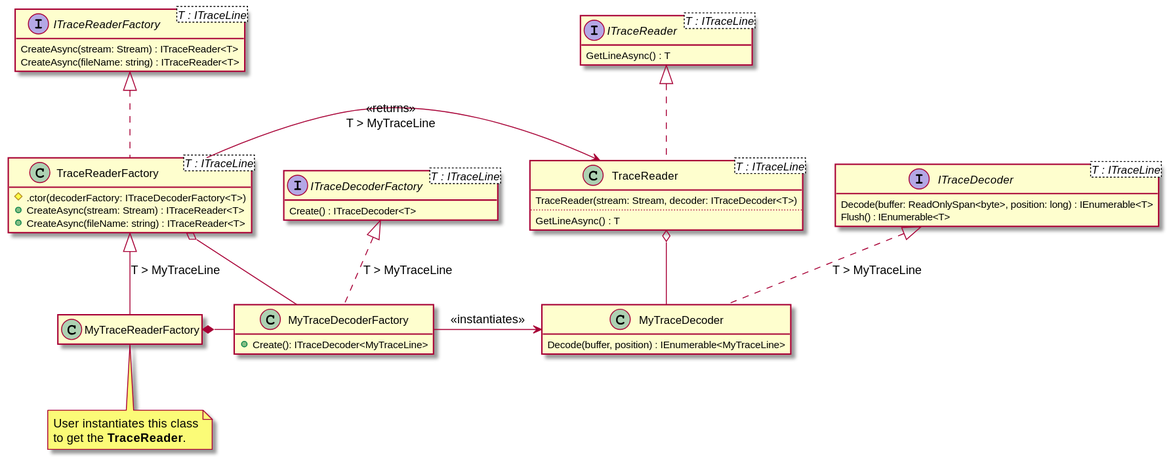
Above: docs/out/diagrams/ITraceDecoder/ITraceDecoder.svg in jcurl/RJCP.DLL.Log (PlantUML), before the change.
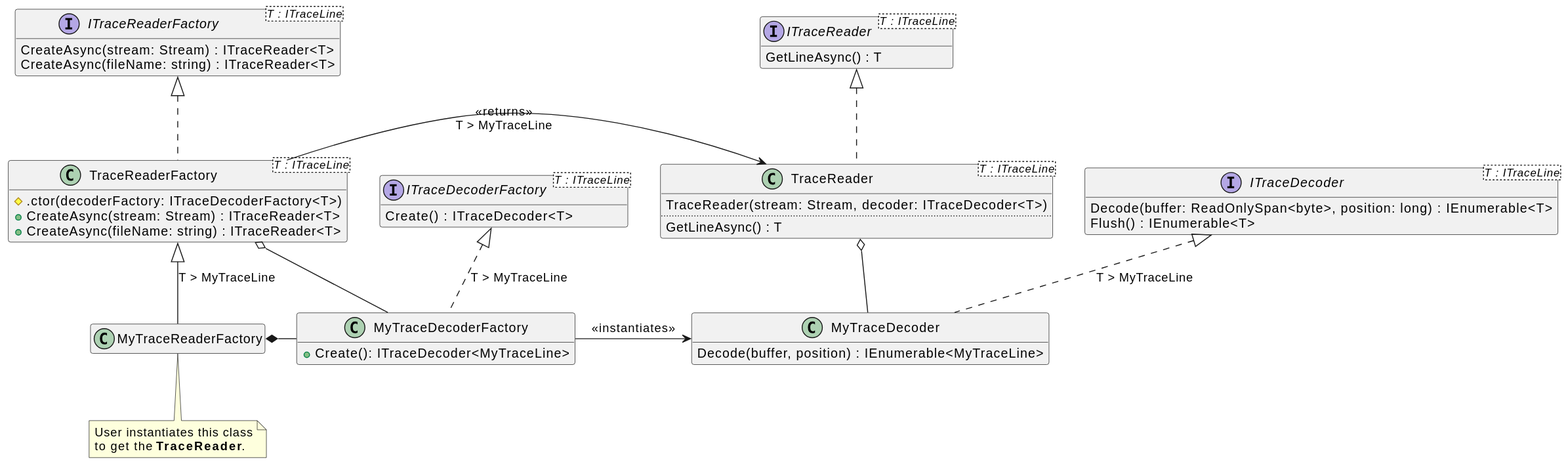
Later version of the same file.

Diff of the diagram source:
```diff
@@ -1,4 +1,4 @@
-@startuml ITraceDecoder
+@startuml
 hide empty members
 
 interface ITraceReader<T : ITraceLine> {
```
